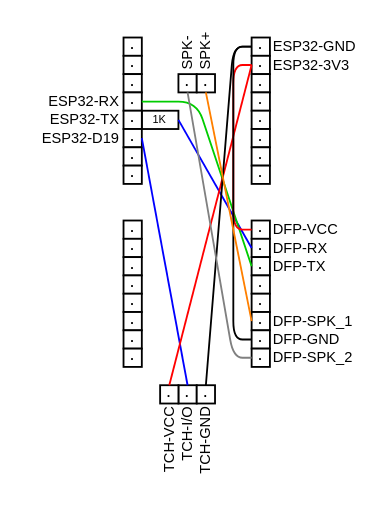
LEGIONBOSS/finger-reading-oracle-machine keeps this draw.io diagram as page "Page-2" (2 of 2) of img/Diagram.drawio. Above is the earlier version. Source tidied: cells renumbered, new cells numbered last; positions are measured from the earlier drawing's top-left corner, leaving out a move shared by most shapes. Both pictures are drawn from the tidied source at 183%, with x=0, y=0 at pixel (31, 37).
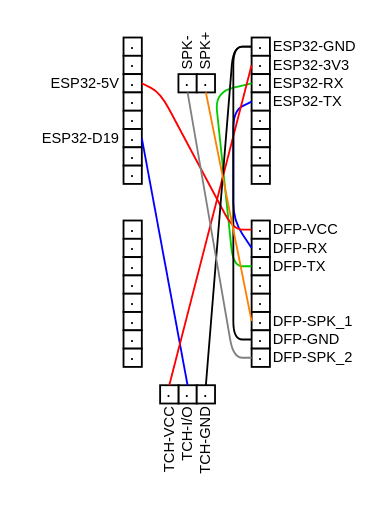
Above is the later version.

The change refers to these unchanged cells:
```xml
<mxCell id="23" value="∙" style="whiteSpace=wrap;html=1;fontStyle=0;fontSize=10;points=[[0,0.5,0,0,0],[0.5,0,0,0,0],[0.5,1,0,0,0],[1,0.5,0,0,0]];" parent="1" vertex="1">
  <mxGeometry x="50" y="20" width="10" height="10" as="geometry" />
</mxCell>
<mxCell id="24" value="∙" style="whiteSpace=wrap;html=1;fontStyle=0;fontSize=10;points=[[0,0.5,0,0,0],[0.5,0,0,0,0],[0.5,1,0,0,0],[1,0.5,0,0,0]];" parent="1" vertex="1">
  <mxGeometry x="50" y="30" width="10" height="10" as="geometry" />
</mxCell>
<mxCell id="30" value="∙" style="whiteSpace=wrap;html=1;fontStyle=0;fontSize=10;points=[[0,0.5,0,0,0],[0.5,0,0,0,0],[0.5,1,0,0,0],[1,0.5,0,0,0]];" parent="1" vertex="1">
  <mxGeometry x="120" y="10" width="10" height="10" as="geometry" />
</mxCell>
<mxCell id="31" value="∙" style="whiteSpace=wrap;html=1;fontStyle=0;fontSize=10;points=[[0,0.5,0,0,0],[0.5,0,0,0,0],[0.5,1,0,0,0],[1,0.5,0,0,0]];" parent="1" vertex="1">
  <mxGeometry x="120" y="20" width="10" height="10" as="geometry" />
</mxCell>
<mxCell id="32" value="∙" style="whiteSpace=wrap;html=1;fontStyle=0;fontSize=10;points=[[0,0.5,0,0,0],[0.5,0,0,0,0],[0.5,1,0,0,0],[1,0.5,0,0,0]];" parent="1" vertex="1">
  <mxGeometry x="120" y="30" width="10" height="10" as="geometry" />
</mxCell>
<mxCell id="37" value="∙" style="whiteSpace=wrap;html=1;fontStyle=0;fontSize=10;points=[[0,0.5,0,0,0],[0.5,0,0,0,0],[0.5,1,0,0,0],[1,0.5,0,0,0]];" parent="1" vertex="1">
  <mxGeometry x="120" y="100" width="10" height="10" as="geometry" />
</mxCell>
<mxCell id="38" value="∙" style="whiteSpace=wrap;html=1;fontStyle=0;fontSize=10;points=[[0,0.5,0,0,0],[0.5,0,0,0,0],[0.5,1,0,0,0],[1,0.5,0,0,0]];" parent="1" vertex="1">
  <mxGeometry x="120" y="110" width="10" height="10" as="geometry" />
</mxCell>
<mxCell id="39" value="∙" style="whiteSpace=wrap;html=1;fontStyle=0;fontSize=10;points=[[0,0.5,0,0,0],[0.5,0,0,0,0],[0.5,1,0,0,0],[1,0.5,0,0,0]];" parent="1" vertex="1">
  <mxGeometry x="120" y="120" width="10" height="10" as="geometry" />
</mxCell>
```

What changed in the source:
```diff
@@
-    <mxCell id="13" value="ESP32-RX" style="text;html=1;whiteSpace=wrap;strokeColor=none;fillColor=none;align=right;verticalAlign=middle;rounded=0;fontSize=8;" parent="1" vertex="1">
-      <mxGeometry y="30" width="50" height="10" as="geometry" />
+    <mxCell id="13" value="ESP32-RX" style="text;html=1;whiteSpace=wrap;strokeColor=none;fillColor=none;align=left;verticalAlign=middle;rounded=0;fontSize=8;" parent="1" vertex="1">
+      <mxGeometry x="130" y="20" width="50" height="10" as="geometry" />
     </mxCell>
-    <mxCell id="14" value="ESP32-TX" style="text;html=1;whiteSpace=wrap;strokeColor=none;fillColor=none;align=right;verticalAlign=middle;rounded=0;fontSize=8;" parent="1" vertex="1">
-      <mxGeometry y="40" width="50" height="10" as="geometry" />
+    <mxCell id="14" value="ESP32-TX" style="text;html=1;whiteSpace=wrap;strokeColor=none;fillColor=none;align=left;verticalAlign=middle;rounded=0;fontSize=8;" parent="1" vertex="1">
+      <mxGeometry x="130" y="30" width="50" height="10" as="geometry" />
     </mxCell>
@@
-    <mxCell id="19" value="1K" style="rounded=0;whiteSpace=wrap;html=1;fontSize=6;horizontal=1;" parent="1" vertex="1">
-      <mxGeometry x="60" y="40" width="20" height="10" as="geometry" />
-    </mxCell>
@@
-    <mxCell id="56" style="rounded=1;jettySize=auto;html=1;exitX=1;exitY=0.5;exitDx=0;exitDy=0;entryX=0;entryY=0.5;entryDx=0;entryDy=0;entryPerimeter=0;endArrow=none;endFill=0;strokeColor=#0000FF;jumpStyle=none;curved=0;" parent="1" edge="1" source="19" target="38">
-      <mxGeometry relative="1" as="geometry" />
+    <mxCell id="56" style="rounded=1;jettySize=auto;html=1;exitX=0;exitY=0.5;exitDx=0;exitDy=0;entryX=0;entryY=0.5;entryDx=0;entryDy=0;entryPerimeter=0;endArrow=none;endFill=0;strokeColor=#0000FF;jumpStyle=none;curved=0;exitPerimeter=0;" parent="1" edge="1" source="32" target="38">
+      <mxGeometry relative="1" as="geometry">
+        <Array as="points">
+          <mxPoint x="110" y="40" />
+          <mxPoint x="110" y="100" />
+        </Array>
+      </mxGeometry>
     </mxCell>
-    <mxCell id="57" style="edgeStyle=none;shape=connector;rounded=1;jumpStyle=none;jettySize=auto;html=1;exitX=1;exitY=0.5;exitDx=0;exitDy=0;exitPerimeter=0;entryX=0;entryY=0.5;entryDx=0;entryDy=0;entryPerimeter=0;strokeColor=#00CC00;align=center;verticalAlign=middle;fontFamily=Helvetica;fontSize=11;fontColor=default;labelBackgroundColor=default;endArrow=none;endFill=0;curved=0;" parent="1" edge="1" source="24" target="39">
+    <mxCell id="57" style="edgeStyle=none;shape=connector;rounded=1;jumpStyle=none;jettySize=auto;html=1;exitX=0;exitY=0.5;exitDx=0;exitDy=0;exitPerimeter=0;entryX=0;entryY=0.5;entryDx=0;entryDy=0;entryPerimeter=0;strokeColor=#00CC00;align=center;verticalAlign=middle;fontFamily=Helvetica;fontSize=11;fontColor=default;labelBackgroundColor=default;endArrow=none;endFill=0;curved=0;" parent="1" edge="1" source="31" target="39">
       <mxGeometry relative="1" as="geometry">
         <Array as="points">
-          <mxPoint x="90" y="35" />
+          <mxPoint x="100" y="30" />
+          <mxPoint x="110" y="125" />
         </Array>
       </mxGeometry>
     </mxCell>
@@
-    <mxCell id="59" style="edgeStyle=none;shape=connector;curved=0;rounded=1;jumpStyle=none;jettySize=auto;html=1;exitX=0;exitY=0.5;exitDx=0;exitDy=0;exitPerimeter=0;entryX=0;entryY=0.5;entryDx=0;entryDy=0;entryPerimeter=0;strokeColor=#FF0000;align=center;verticalAlign=middle;fontFamily=Helvetica;fontSize=11;fontColor=default;labelBackgroundColor=default;endArrow=none;endFill=0;" parent="1" edge="1" source="30" target="37">
+    <mxCell id="59" style="edgeStyle=none;shape=connector;curved=0;rounded=1;jumpStyle=none;jettySize=auto;html=1;exitX=1;exitY=0.5;exitDx=0;exitDy=0;exitPerimeter=0;entryX=0;entryY=0.5;entryDx=0;entryDy=0;entryPerimeter=0;strokeColor=#FF0000;align=center;verticalAlign=middle;fontFamily=Helvetica;fontSize=11;fontColor=default;labelBackgroundColor=default;endArrow=none;endFill=0;" parent="1" edge="1" source="23" target="37">
       <mxGeometry relative="1" as="geometry">
         <Array as="points">
-          <mxPoint x="110" y="15" />
+          <mxPoint x="70" y="30" />
           <mxPoint x="110" y="105" />
         </Array>
       </mxGeometry>
     </mxCell>
@@
+    <mxCell id="65" value="ESP32-5V" style="text;html=1;whiteSpace=wrap;strokeColor=none;fillColor=none;align=right;verticalAlign=middle;rounded=0;fontSize=8;" parent="1" vertex="1">
+      <mxGeometry y="20" width="50" height="10" as="geometry" />
+    </mxCell>
```
